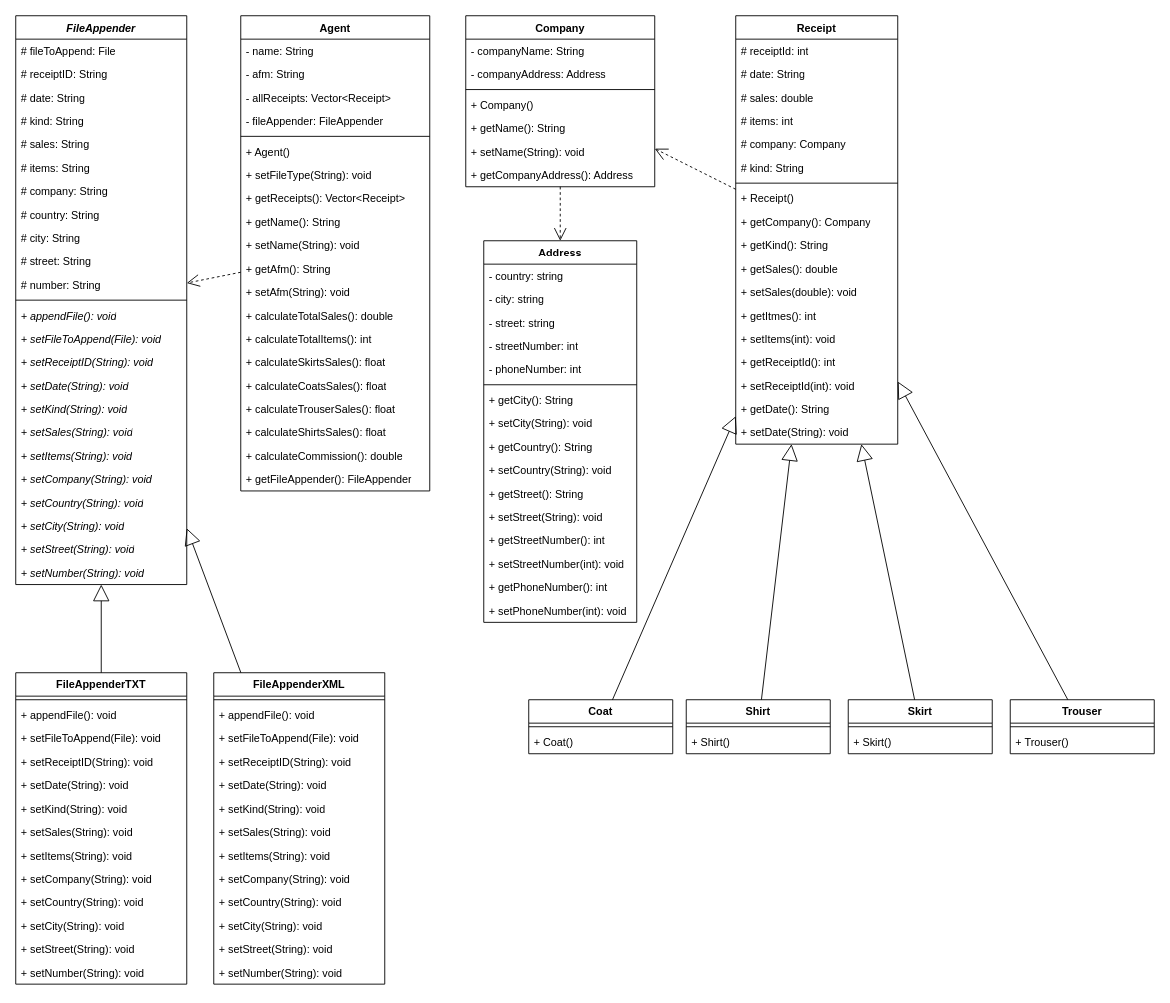
pKolok/mye004_SalesCommissions_2023 keeps this draw.io diagram as page "data" (2 of 6) of diagrams/LegacyDesign.drawio. Above is the earlier version. Source tidied: cells renumbered, new cells numbered last; positions are measured from the earlier drawing's top-left corner, leaving out a move shared by most shapes. Both pictures are drawn from the tidied source at 90%, with x=0, y=0 at pixel (15, 15).
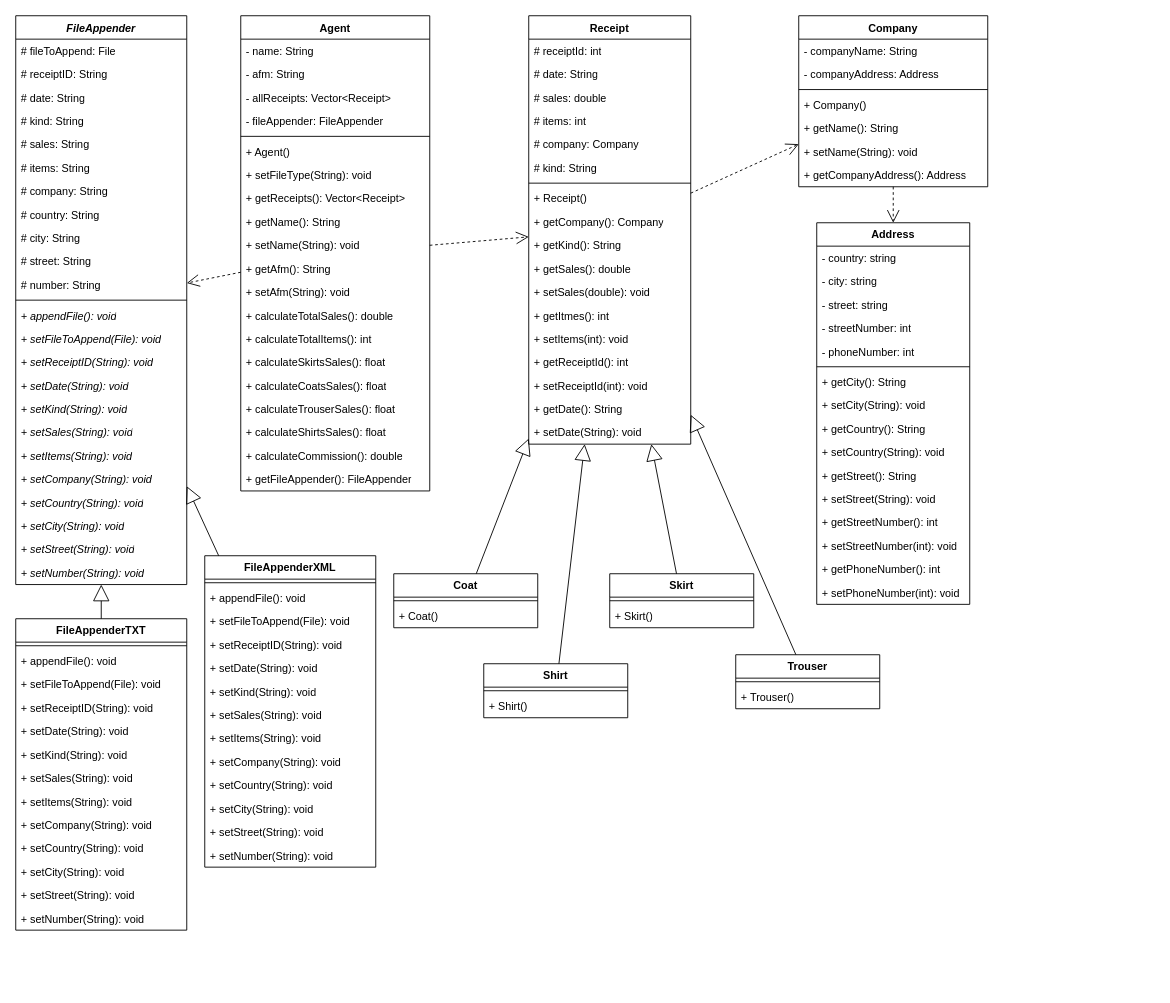
After the change.

The change refers to these unchanged cells:
```xml
<mxCell id="19" value="Agent" style="swimlane;fontStyle=1;align=center;verticalAlign=top;horizontal=1;startSize=26;whiteSpace=wrap;html=1;" parent="1" vertex="1">
  <mxGeometry x="250" width="210" height="528" as="geometry" />
</mxCell>
```

Diff of the diagram source:
```diff
@@
     <mxCell id="2" value="Address" style="swimlane;fontStyle=1;align=center;verticalAlign=top;horizontal=1;startSize=26;whiteSpace=wrap;html=1;" parent="1" vertex="1">
-      <mxGeometry x="520" y="250" width="170" height="424" as="geometry" />
+      <mxGeometry x="890" y="230" width="170" height="424" as="geometry" />
     </mxCell>
@@
     <mxCell id="40" value="Coat" style="swimlane;fontStyle=1;align=center;verticalAlign=top;horizontal=1;startSize=26;whiteSpace=wrap;html=1;" parent="1" vertex="1">
-      <mxGeometry x="570" y="760" width="160" height="60" as="geometry" />
+      <mxGeometry x="420" y="620" width="160" height="60" as="geometry" />
     </mxCell>
@@
     <mxCell id="43" value="Company" style="swimlane;fontStyle=1;align=center;verticalAlign=top;horizontal=1;startSize=26;whiteSpace=wrap;html=1;" parent="1" vertex="1">
-      <mxGeometry x="500" width="210" height="190" as="geometry" />
+      <mxGeometry x="870" width="210" height="190" as="geometry" />
     </mxCell>
@@
     <mxCell id="76" value="FileAppenderTXT" style="swimlane;fontStyle=1;align=center;verticalAlign=top;horizontal=1;startSize=26;whiteSpace=wrap;html=1;" parent="1" vertex="1">
-      <mxGeometry y="730" width="190" height="346" as="geometry" />
+      <mxGeometry y="670" width="190" height="346" as="geometry" />
     </mxCell>
@@
     <mxCell id="90" value="FileAppenderXML" style="swimlane;fontStyle=1;align=center;verticalAlign=top;horizontal=1;startSize=26;whiteSpace=wrap;html=1;" parent="1" vertex="1">
-      <mxGeometry x="220" y="730" width="190" height="346" as="geometry" />
+      <mxGeometry x="210" y="600" width="190" height="346" as="geometry" />
     </mxCell>
@@
     <mxCell id="104" value="Receipt" style="swimlane;fontStyle=1;align=center;verticalAlign=top;horizontal=1;startSize=26;whiteSpace=wrap;html=1;" parent="1" vertex="1">
-      <mxGeometry x="800" width="180" height="476" as="geometry" />
+      <mxGeometry x="570" width="180" height="476" as="geometry" />
     </mxCell>
@@
     <mxCell id="123" value="Shirt" style="swimlane;fontStyle=1;align=center;verticalAlign=top;horizontal=1;startSize=26;whiteSpace=wrap;html=1;" parent="1" vertex="1">
-      <mxGeometry x="745" y="760" width="160" height="60" as="geometry" />
+      <mxGeometry x="520" y="720" width="160" height="60" as="geometry" />
     </mxCell>
@@
     <mxCell id="126" value="Skirt" style="swimlane;fontStyle=1;align=center;verticalAlign=top;horizontal=1;startSize=26;whiteSpace=wrap;html=1;" parent="1" vertex="1">
-      <mxGeometry x="925" y="760" width="160" height="60" as="geometry" />
+      <mxGeometry x="660" y="620" width="160" height="60" as="geometry" />
     </mxCell>
@@
     <mxCell id="129" value="Trouser" style="swimlane;fontStyle=1;align=center;verticalAlign=top;horizontal=1;startSize=26;whiteSpace=wrap;html=1;" parent="1" vertex="1">
-      <mxGeometry x="1105" y="760" width="160" height="60" as="geometry" />
+      <mxGeometry x="800" y="710" width="160" height="60" as="geometry" />
     </mxCell>
@@
+    <mxCell id="141" value="Use" style="endArrow=open;endSize=12;dashed=1;html=1;rounded=0;fontColor=none;noLabel=1;" parent="1" edge="1" source="19" target="104">
+      <mxGeometry relative="1" as="geometry" />
+    </mxCell>
```
